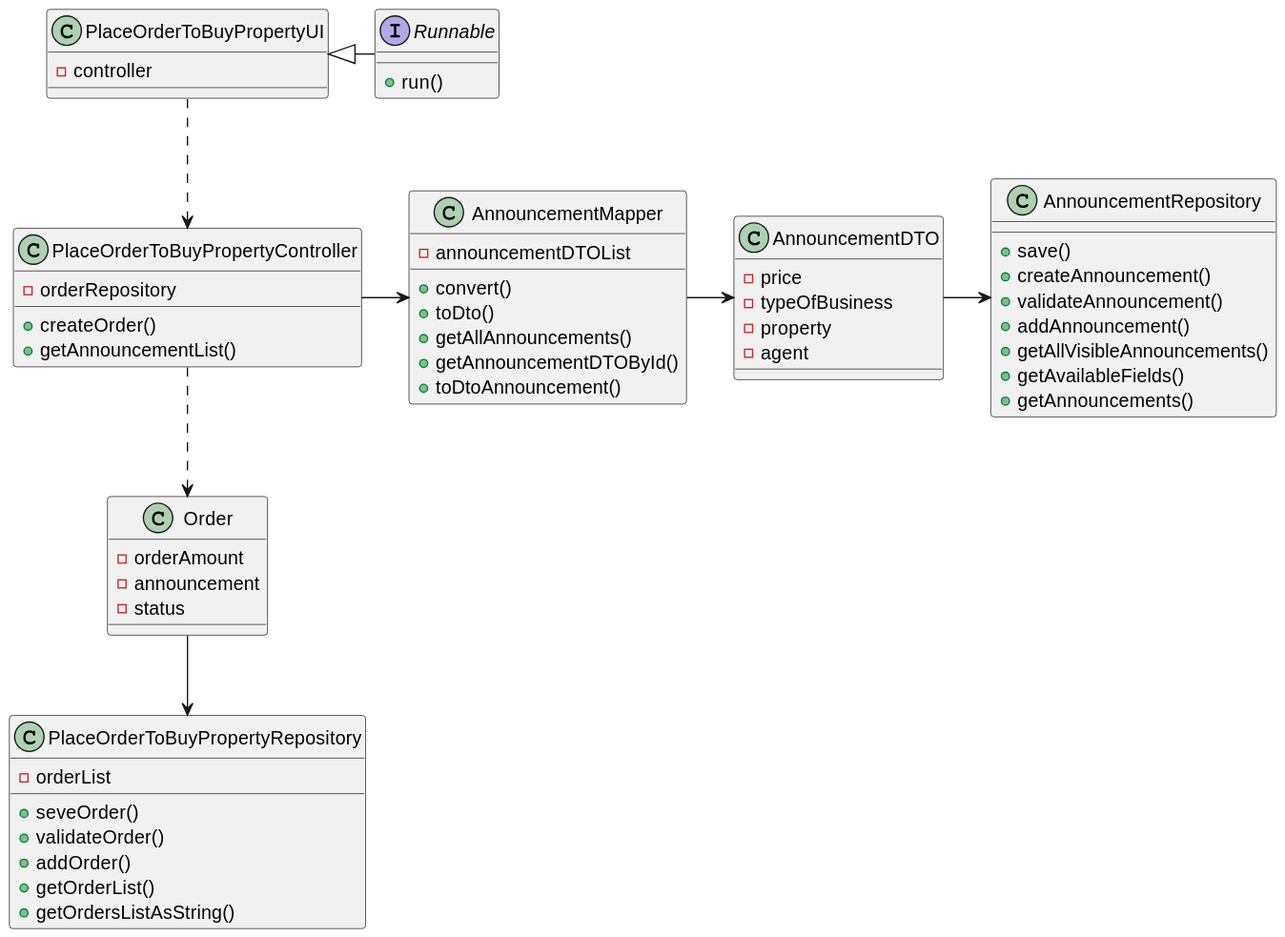
The PlantUML diagram docs/sprintD/US010/03.design/svg/CD.svg in tiagohcorreia/LAPR2, before a commit. Source of this version:
```plantuml
@startuml
interface Runnable {

    + run()
}

class PlaceOrderToBuyPropertyUI {

    - controller
}

class PlaceOrderToBuyPropertyController {

    - orderRepository
    + createOrder()
    + getAnnouncementList()
}

class Order {

    - orderAmount
    - announcement
    - status
}

class PlaceOrderToBuyPropertyRepository {

    - orderList
    + seveOrder()
    + validateOrder()
    + addOrder()
    + getOrderList()
    + getOrdersListAsString()
}

class AnnouncementRepository {

    + save()
    + createAnnouncement()
    + validateAnnouncement()
    + addAnnouncement()
    + getAllVisibleAnnouncements()
    + getAvailableFields()
    + getAnnouncements()
}

class AnnouncementDTO {

    - price
    - typeOfBusiness
    - property
    - agent
}

class AnnouncementMapper {

    - announcementDTOList
    + convert()
    + toDto()
    + getAllAnnouncements()
    + getAnnouncementDTOById()
    + toDtoAnnouncement()
}



Runnable -left-|> PlaceOrderToBuyPropertyUI
PlaceOrderToBuyPropertyUI ..> PlaceOrderToBuyPropertyController
PlaceOrderToBuyPropertyController -> AnnouncementMapper
AnnouncementMapper -> AnnouncementDTO
AnnouncementDTO -> AnnouncementRepository
PlaceOrderToBuyPropertyController ..> Order
Order --> PlaceOrderToBuyPropertyRepository
@enduml
```
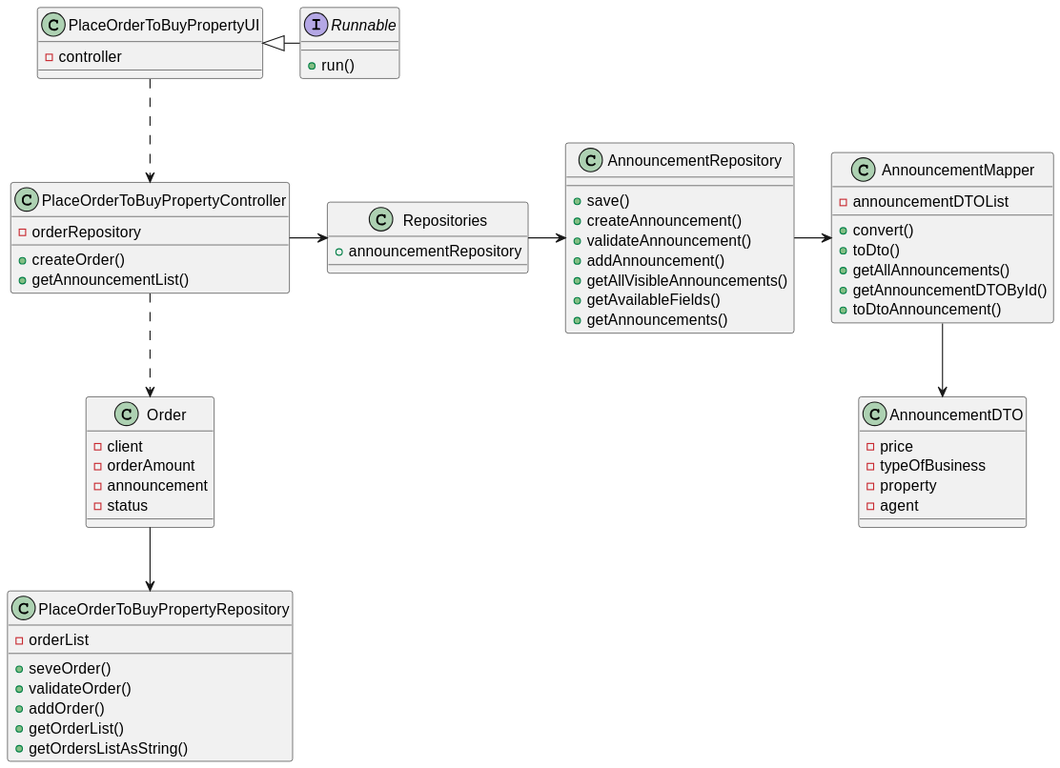
After the commit.

Diff of the diagram source:
```diff
@@ -18,6 +18,7 @@
 
 class Order {
 
+    - client
     - orderAmount
     - announcement
     - status
@@ -62,13 +63,19 @@
     + toDtoAnnouncement()
 }
 
+class Repositories {
+
+    + announcementRepository
+}
+
 
 
 Runnable -left-|> PlaceOrderToBuyPropertyUI
 PlaceOrderToBuyPropertyUI ..> PlaceOrderToBuyPropertyController
-PlaceOrderToBuyPropertyController -> AnnouncementMapper
-AnnouncementMapper -> AnnouncementDTO
-AnnouncementDTO -> AnnouncementRepository
+PlaceOrderToBuyPropertyController -> Repositories
+Repositories -> AnnouncementRepository
+AnnouncementRepository -> AnnouncementMapper
+AnnouncementMapper --> AnnouncementDTO
 PlaceOrderToBuyPropertyController ..> Order
 Order --> PlaceOrderToBuyPropertyRepository
 @enduml
```
